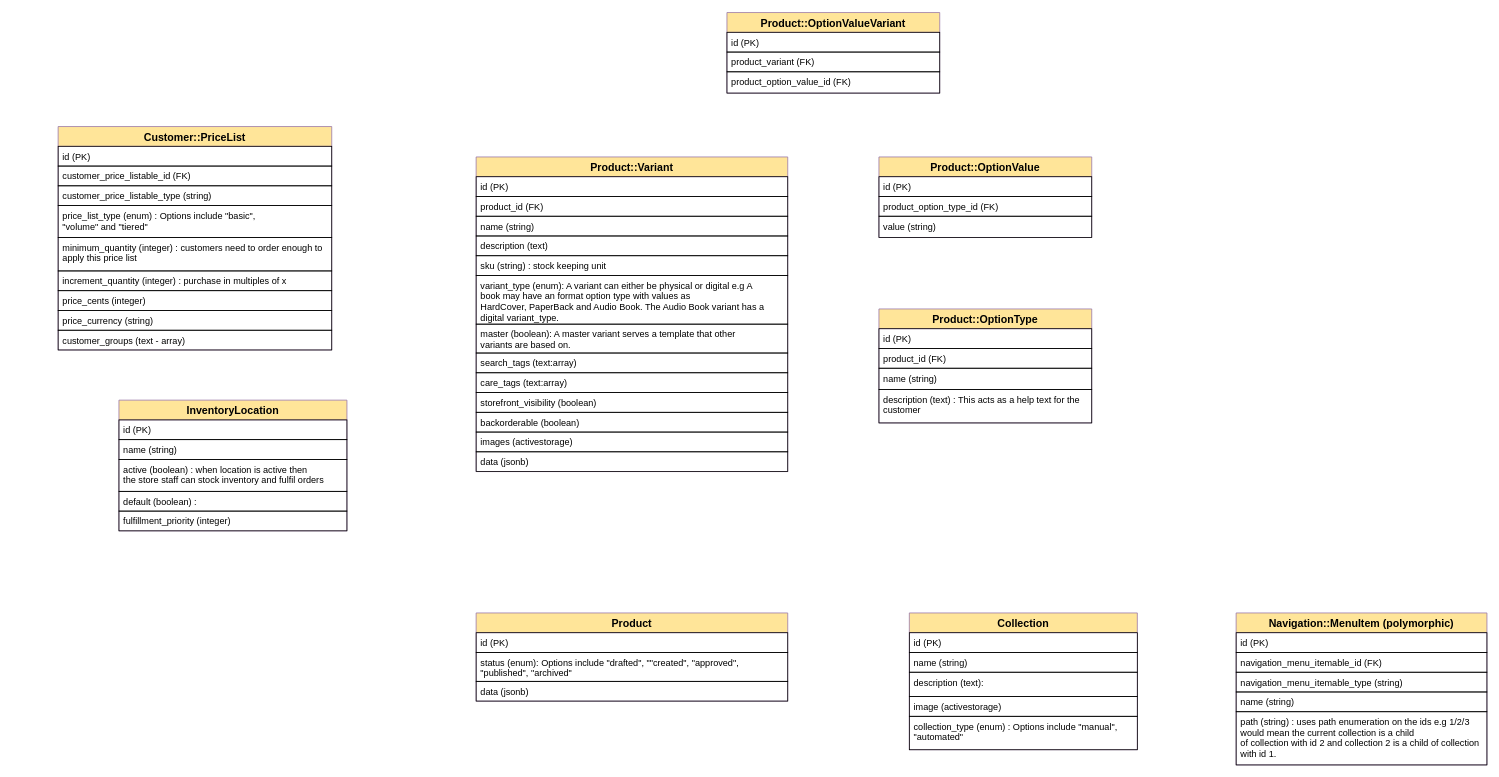
Earlier version of the draw.io diagram soko-erd.drawio (philip-maina/soko). Source tidied: cells renumbered, new cells numbered last; positions are measured from the earlier drawing's top-left corner, leaving out a move shared by most shapes. Both pictures are drawn from the tidied source at 76%, with x=0, y=0 at pixel (58, 12).
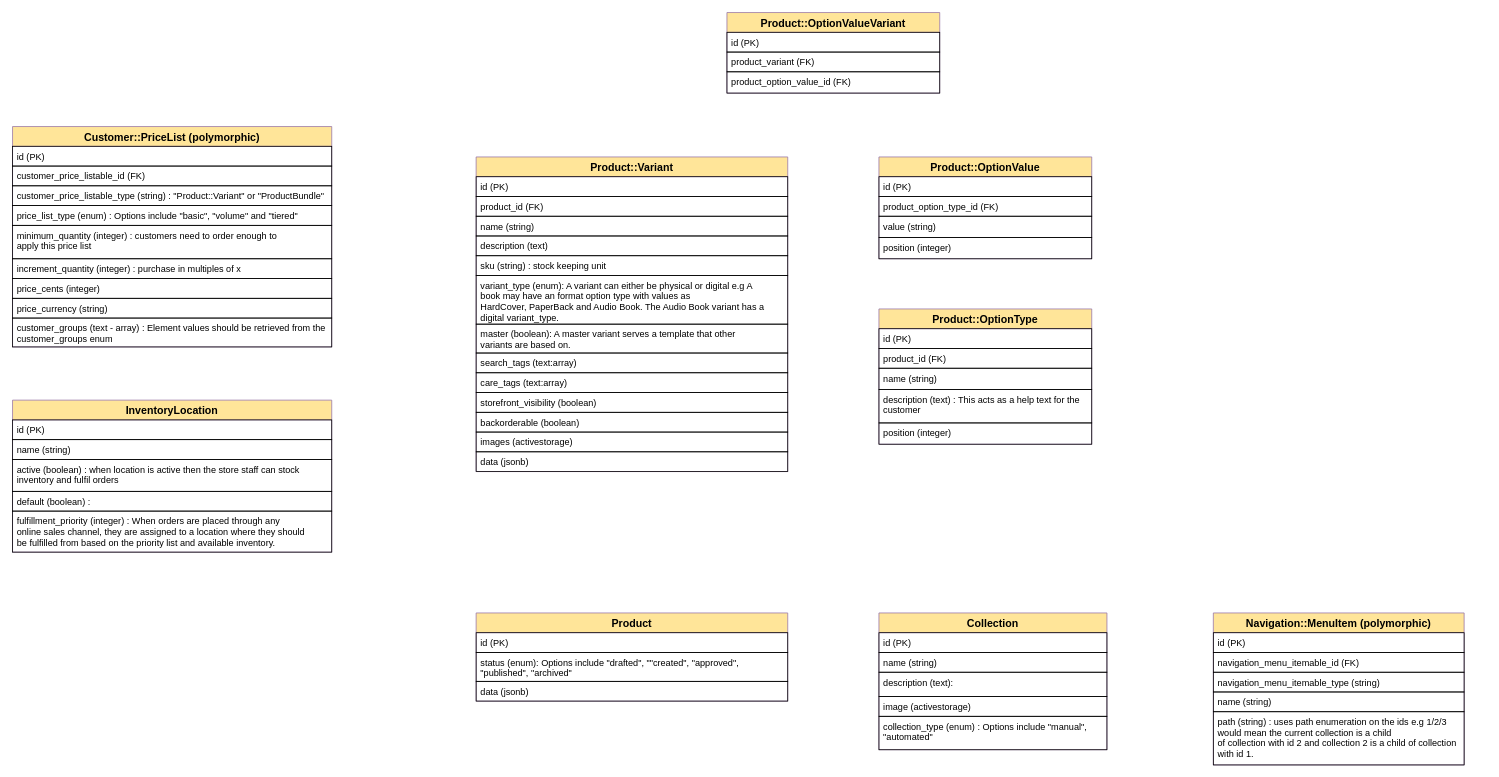
The same diagram, later.

Commit message:
feat (domain modelling) : Added position columns to product/option_type and product/option_value domain models. This will later allow reordering of variants.

Diff of the diagram source:
```diff
@@
     <mxCell id="20" value="Product::OptionType" style="swimlane;fontStyle=1;horizontal=1;startSize=26;align=center;fontSize=14;strokeColor=#9673a6;fillColor=#FFE599;" parent="1" vertex="1">
-      <mxGeometry x="1080" y="390" width="280" height="150" as="geometry" />
+      <mxGeometry x="1080" y="390" width="280" height="178" as="geometry" />
     </mxCell>
@@
+    <mxCell id="61" value="position (integer)" style="text;strokeColor=#000000;fillColor=none;spacingLeft=4;spacingRight=4;overflow=hidden;fontSize=12;fontStyle=0;" parent="20" vertex="1">
+      <mxGeometry y="150" width="280" height="28" as="geometry" />
+    </mxCell>
     <mxCell id="25" value="InventoryLocation" style="swimlane;fontStyle=1;horizontal=1;startSize=26;align=center;fontSize=14;strokeColor=#9673a6;fillColor=#FFE599;" parent="1" vertex="1">
-      <mxGeometry x="80" y="510" width="300" height="172" as="geometry" />
+      <mxGeometry x="-60" y="510" width="420" height="200" as="geometry" />
     </mxCell>
     <mxCell id="26" value="id (PK)" style="text;strokeColor=#000000;fillColor=none;spacingLeft=4;spacingRight=4;overflow=hidden;fontSize=12;" parent="25" vertex="1">
-      <mxGeometry y="26" width="300" height="26" as="geometry" />
+      <mxGeometry y="26" width="420" height="26" as="geometry" />
     </mxCell>
     <mxCell id="27" value="name (string)" style="text;strokeColor=#000000;fillColor=none;spacingLeft=4;spacingRight=4;overflow=hidden;fontSize=12;" parent="25" vertex="1">
-      <mxGeometry y="52" width="300" height="26" as="geometry" />
+      <mxGeometry y="52" width="420" height="26" as="geometry" />
     </mxCell>
-    <mxCell id="28" value="active (boolean) : when location is active then &#10;the store staff can stock inventory and fulfil orders" style="text;strokeColor=#000000;fillColor=none;spacingLeft=4;spacingRight=4;overflow=hidden;fontSize=12;" parent="25" vertex="1">
-      <mxGeometry y="78" width="300" height="42" as="geometry" />
+    <mxCell id="28" value="active (boolean) : when location is active then the store staff can stock &#10;inventory and fulfil orders" style="text;strokeColor=#000000;fillColor=none;spacingLeft=4;spacingRight=4;overflow=hidden;fontSize=12;" parent="25" vertex="1">
+      <mxGeometry y="78" width="420" height="42" as="geometry" />
     </mxCell>
     <mxCell id="29" value="default (boolean) :  " style="text;strokeColor=#000000;fillColor=none;spacingLeft=4;spacingRight=4;overflow=hidden;fontSize=12;" parent="25" vertex="1">
-      <mxGeometry y="120" width="300" height="26" as="geometry" />
+      <mxGeometry y="120" width="420" height="26" as="geometry" />
     </mxCell>
-    <mxCell id="30" value="fulfillment_priority (integer)" style="text;strokeColor=#000000;fillColor=none;spacingLeft=4;spacingRight=4;overflow=hidden;fontSize=12;" parent="25" vertex="1">
-      <mxGeometry y="146" width="300" height="26" as="geometry" />
+    <mxCell id="30" value="fulfillment_priority (integer) : When orders are placed through any &#10;online sales channel, they are assigned to a location where they should &#10;be fulfilled from based on the priority list and available inventory." style="text;strokeColor=#000000;fillColor=none;spacingLeft=4;spacingRight=4;overflow=hidden;fontSize=12;" parent="25" vertex="1">
+      <mxGeometry y="146" width="420" height="54" as="geometry" />
     </mxCell>
     <mxCell id="31" value="Product::OptionValue" style="swimlane;fontStyle=1;horizontal=1;startSize=26;align=center;fontSize=14;strokeColor=#9673a6;fillColor=#FFE599;" parent="1" vertex="1">
-      <mxGeometry x="1080" y="190" width="280" height="106" as="geometry" />
+      <mxGeometry x="1080" y="190" width="280" height="134" as="geometry" />
     </mxCell>
@@
+    <mxCell id="62" value="position (integer)" style="text;strokeColor=#000000;fillColor=none;spacingLeft=4;spacingRight=4;overflow=hidden;fontSize=12;fontStyle=0;" parent="31" vertex="1">
+      <mxGeometry y="106" width="280" height="28" as="geometry" />
+    </mxCell>
     <mxCell id="35" value="Collection" style="swimlane;fontStyle=1;horizontal=1;startSize=26;align=center;fontSize=14;strokeColor=#9673a6;fillColor=#FFE599;" parent="1" vertex="1">
-      <mxGeometry x="1120" y="790" width="300" height="180" as="geometry" />
+      <mxGeometry x="1080" y="790" width="300" height="180" as="geometry" />
     </mxCell>
@@
     <mxCell id="41" value="Navigation::MenuItem (polymorphic)" style="swimlane;fontStyle=1;horizontal=1;startSize=26;align=center;fontSize=14;strokeColor=#9673a6;fillColor=#FFE599;" parent="1" vertex="1">
-      <mxGeometry x="1550" y="790" width="330" height="200" as="geometry" />
+      <mxGeometry x="1520" y="790" width="330" height="200" as="geometry" />
     </mxCell>
@@
-    <mxCell id="51" value="Customer::PriceList" style="swimlane;fontStyle=1;horizontal=1;startSize=26;align=center;fontSize=14;strokeColor=#9673a6;fillColor=#FFE599;" parent="1" vertex="1">
-      <mxGeometry y="150" width="360" height="294" as="geometry" />
+    <mxCell id="51" value="Customer::PriceList (polymorphic)" style="swimlane;fontStyle=1;horizontal=1;startSize=26;align=center;fontSize=14;strokeColor=#9673a6;fillColor=#FFE599;" parent="1" vertex="1">
+      <mxGeometry x="-60" y="150" width="420" height="290" as="geometry" />
     </mxCell>
     <mxCell id="52" value="id (PK)" style="text;strokeColor=#000000;fillColor=none;spacingLeft=4;spacingRight=4;overflow=hidden;fontSize=12;" parent="51" vertex="1">
-      <mxGeometry y="26" width="360" height="26" as="geometry" />
+      <mxGeometry y="26" width="420" height="26" as="geometry" />
     </mxCell>
     <mxCell id="53" value="customer_price_listable_id (FK)" style="text;strokeColor=#000000;fillColor=none;spacingLeft=4;spacingRight=4;overflow=hidden;fontSize=12;" parent="51" vertex="1">
-      <mxGeometry y="52" width="360" height="26" as="geometry" />
+      <mxGeometry y="52" width="420" height="26" as="geometry" />
     </mxCell>
-    <mxCell id="54" value="customer_price_listable_type (string)" style="text;strokeColor=#000000;fillColor=none;spacingLeft=4;spacingRight=4;overflow=hidden;fontSize=12;" parent="51" vertex="1">
-      <mxGeometry y="78" width="360" height="26" as="geometry" />
+    <mxCell id="54" value="customer_price_listable_type (string) : &quot;Product::Variant&quot; or &quot;ProductBundle&quot;" style="text;strokeColor=#000000;fillColor=none;spacingLeft=4;spacingRight=4;overflow=hidden;fontSize=12;" parent="51" vertex="1">
+      <mxGeometry y="78" width="420" height="26" as="geometry" />
     </mxCell>
-    <mxCell id="55" value="price_list_type (enum) : Options include &quot;basic&quot;, &#10;&quot;volume&quot; and &quot;tiered&quot;" style="text;strokeColor=#000000;fillColor=none;spacingLeft=4;spacingRight=4;overflow=hidden;fontSize=12;" parent="51" vertex="1">
-      <mxGeometry y="104" width="360" height="42" as="geometry" />
+    <mxCell id="55" value="price_list_type (enum) : Options include &quot;basic&quot;, &quot;volume&quot; and &quot;tiered&quot;" style="text;strokeColor=#000000;fillColor=none;spacingLeft=4;spacingRight=4;overflow=hidden;fontSize=12;" parent="51" vertex="1">
+      <mxGeometry y="104" width="420" height="26" as="geometry" />
     </mxCell>
     <mxCell id="56" value="minimum_quantity (integer) : customers need to order enough to &#10;apply this price list" style="text;strokeColor=#000000;fillColor=none;spacingLeft=4;spacingRight=4;overflow=hidden;fontSize=12;" parent="51" vertex="1">
-      <mxGeometry y="146" width="360" height="44" as="geometry" />
+      <mxGeometry y="130" width="420" height="44" as="geometry" />
     </mxCell>
     <mxCell id="57" value="increment_quantity (integer) : purchase in multiples of x" style="text;strokeColor=#000000;fillColor=none;spacingLeft=4;spacingRight=4;overflow=hidden;fontSize=12;" parent="51" vertex="1">
-      <mxGeometry y="190" width="360" height="26" as="geometry" />
+      <mxGeometry y="174" width="420" height="26" as="geometry" />
     </mxCell>
     <mxCell id="58" value="price_cents (integer)" style="text;strokeColor=#000000;fillColor=none;spacingLeft=4;spacingRight=4;overflow=hidden;fontSize=12;" parent="51" vertex="1">
-      <mxGeometry y="216" width="360" height="26" as="geometry" />
+      <mxGeometry y="200" width="420" height="26" as="geometry" />
     </mxCell>
     <mxCell id="59" value="price_currency (string)" style="text;strokeColor=#000000;fillColor=none;spacingLeft=4;spacingRight=4;overflow=hidden;fontSize=12;" parent="51" vertex="1">
-      <mxGeometry y="242" width="360" height="26" as="geometry" />
+      <mxGeometry y="226" width="420" height="26" as="geometry" />
     </mxCell>
-    <mxCell id="60" value="customer_groups (text - array) " style="text;strokeColor=#000000;fillColor=none;spacingLeft=4;spacingRight=4;overflow=hidden;fontSize=12;" parent="51" vertex="1">
-      <mxGeometry y="268" width="360" height="26" as="geometry" />
+    <mxCell id="60" value="customer_groups (text - array) : Element values should be retrieved from the&#10;customer_groups enum " style="text;strokeColor=#000000;fillColor=none;spacingLeft=4;spacingRight=4;overflow=hidden;fontSize=12;" parent="51" vertex="1">
+      <mxGeometry y="252" width="420" height="38" as="geometry" />
     </mxCell>
```
